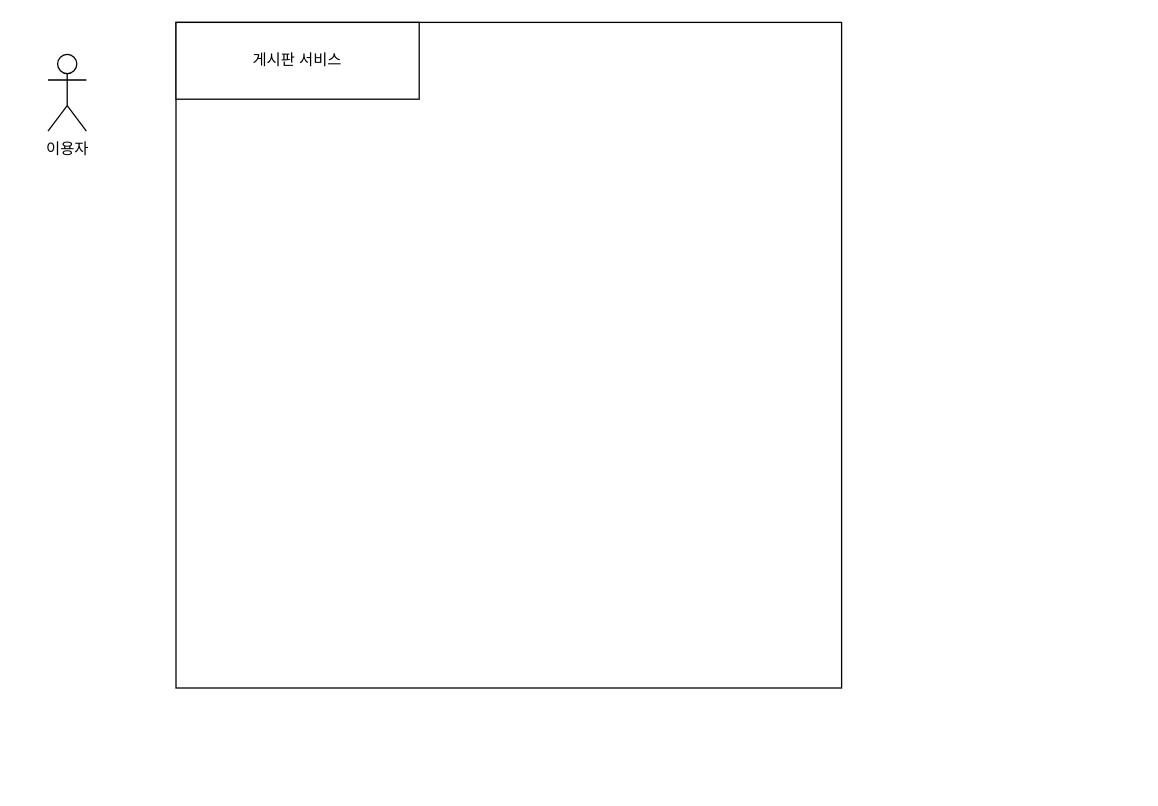
Earlier version of the draw.io diagram document/제목 없는 다이어그램.drawio (momo0503/board-toyproject). Source tidied: cells renumbered, new cells numbered last; positions are measured from the earlier drawing's top-left corner, leaving out a move shared by most shapes. Both pictures are drawn from the tidied source at 128%, with x=0, y=0 at pixel (47, 22).
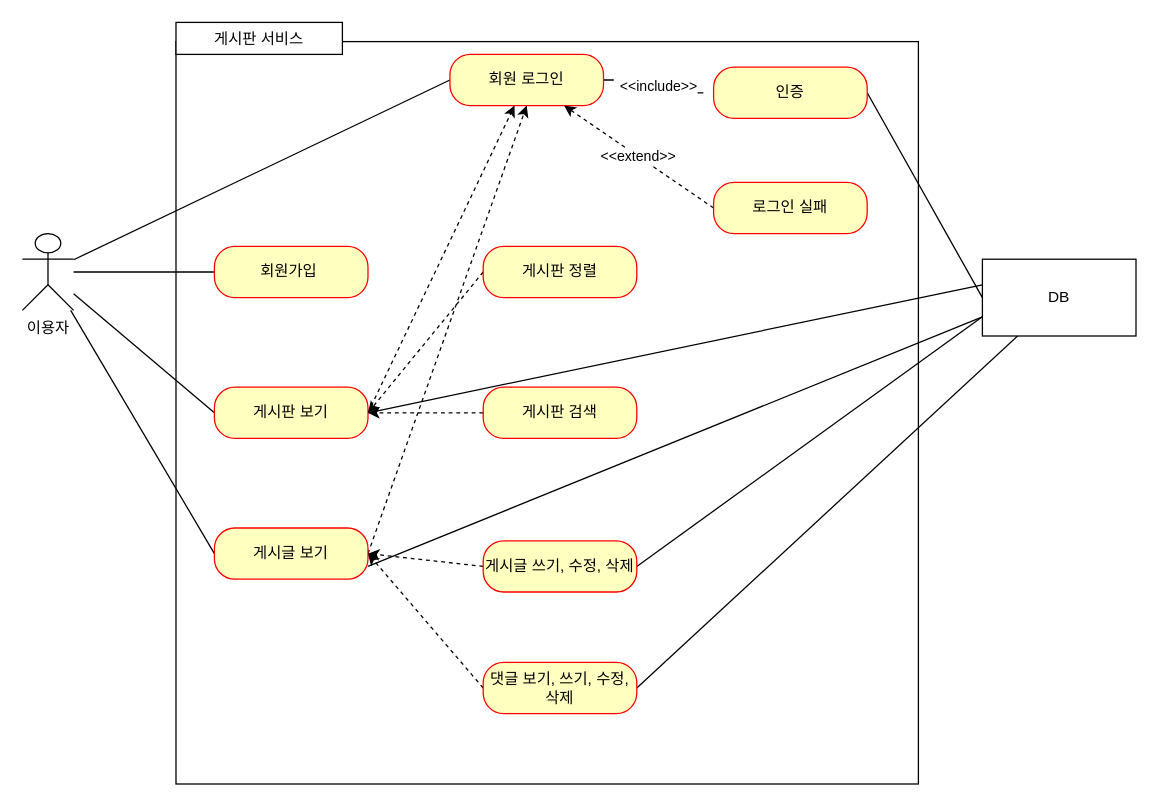
The same diagram, later.

Commit message:
제목 없는 다이어그램.drawio 업데이트

Diff of the diagram source:
```diff
@@
     <mxCell id="2" style="whiteSpace=wrap;html=1;" parent="1" vertex="1">
-      <mxGeometry x="100" width="520" height="520" as="geometry" />
+      <mxGeometry x="100" y="15" width="580" height="580" as="geometry" />
     </mxCell>
     <mxCell id="3" value="이용자&lt;br&gt;" style="shape=umlActor;verticalLabelPosition=bottom;verticalAlign=top;html=1;outlineConnect=0;" parent="1" vertex="1">
-      <mxGeometry y="25" width="30" height="60" as="geometry" />
+      <mxGeometry x="-20" y="165" width="40" height="60" as="geometry" />
     </mxCell>
     <mxCell id="4" value="게시판 서비스" style="rounded=0;whiteSpace=wrap;html=1;" parent="1" vertex="1">
-      <mxGeometry x="100" width="190" height="60" as="geometry" />
+      <mxGeometry x="100" width="130" height="25" as="geometry" />
     </mxCell>
+    <mxCell id="5" style="rounded=0;jettySize=auto;html=1;exitX=0;exitY=0.5;exitDx=0;exitDy=0;startArrow=none;startFill=0;endArrow=none;endFill=0;" parent="1" edge="1" source="7" target="3">
+      <mxGeometry relative="1" as="geometry" />
+    </mxCell>
+    <mxCell id="6" value="&amp;lt;&amp;lt;include&amp;gt;&amp;gt;" style="edgeStyle=orthogonalEdgeStyle;rounded=0;jettySize=auto;html=1;exitX=1;exitY=0.5;exitDx=0;exitDy=0;entryX=0;entryY=0.5;entryDx=0;entryDy=0;dashed=1;dashPattern=8 8;endArrow=none;endFill=0;" parent="1" edge="1" source="7" target="11">
+      <mxGeometry relative="1" as="geometry" />
+    </mxCell>
+    <mxCell id="7" value="회원 로그인" style="rounded=1;whiteSpace=wrap;html=1;arcSize=40;fontColor=#000000;fillColor=#ffffc0;strokeColor=#ff0000;" parent="1" vertex="1">
+      <mxGeometry x="314" y="25" width="120" height="40" as="geometry" />
+    </mxCell>
+    <mxCell id="8" style="rounded=0;jettySize=auto;html=1;exitX=0;exitY=0.5;exitDx=0;exitDy=0;endArrow=none;endFill=0;" parent="1" edge="1" source="9" target="3">
+      <mxGeometry relative="1" as="geometry" />
+    </mxCell>
+    <mxCell id="9" value="회원가입&amp;nbsp;" style="rounded=1;whiteSpace=wrap;html=1;arcSize=40;fontColor=#000000;fillColor=#ffffc0;strokeColor=#ff0000;" parent="1" vertex="1">
+      <mxGeometry x="130" y="175" width="120" height="40" as="geometry" />
+    </mxCell>
+    <mxCell id="10" style="rounded=0;jettySize=auto;html=1;exitX=1;exitY=0.5;exitDx=0;exitDy=0;entryX=0;entryY=0.5;entryDx=0;entryDy=0;endArrow=none;endFill=0;" parent="1" edge="1" source="11" target="32">
+      <mxGeometry relative="1" as="geometry" />
+    </mxCell>
+    <mxCell id="11" value="인증" style="rounded=1;whiteSpace=wrap;html=1;arcSize=40;fontColor=#000000;fillColor=#ffffc0;strokeColor=#ff0000;" parent="1" vertex="1">
+      <mxGeometry x="520" y="35" width="120" height="40" as="geometry" />
+    </mxCell>
+    <mxCell id="12" style="rounded=0;jettySize=auto;html=1;exitX=0;exitY=0.5;exitDx=0;exitDy=0;endArrow=none;endFill=0;" parent="1" edge="1" source="15" target="3">
+      <mxGeometry relative="1" as="geometry" />
+    </mxCell>
+    <mxCell id="13" style="rounded=0;jettySize=auto;html=1;exitX=1;exitY=0.5;exitDx=0;exitDy=0;dashed=1;" parent="1" edge="1" source="15" target="7">
+      <mxGeometry relative="1" as="geometry" />
+    </mxCell>
+    <mxCell id="14" style="rounded=0;jettySize=auto;html=1;exitX=1;exitY=0.5;exitDx=0;exitDy=0;endArrow=none;endFill=0;" parent="1" edge="1" source="15">
+      <mxGeometry relative="1" as="geometry">
+        <mxPoint x="730" y="205" as="targetPoint" />
+      </mxGeometry>
+    </mxCell>
+    <mxCell id="15" value="게시판 보기" style="rounded=1;whiteSpace=wrap;html=1;arcSize=40;fontColor=#000000;fillColor=#ffffc0;strokeColor=#ff0000;" parent="1" vertex="1">
+      <mxGeometry x="130" y="285" width="120" height="40" as="geometry" />
+    </mxCell>
+    <mxCell id="16" style="rounded=0;jettySize=auto;html=1;exitX=0;exitY=0.5;exitDx=0;exitDy=0;endArrow=none;endFill=0;" parent="1" edge="1" source="19" target="3">
+      <mxGeometry relative="1" as="geometry" />
+    </mxCell>
+    <mxCell id="17" style="rounded=0;jettySize=auto;html=1;exitX=1;exitY=0.5;exitDx=0;exitDy=0;entryX=0.5;entryY=1;entryDx=0;entryDy=0;dashed=1;" parent="1" edge="1" source="19" target="7">
+      <mxGeometry relative="1" as="geometry" />
+    </mxCell>
+    <mxCell id="18" style="rounded=0;jettySize=auto;html=1;exitX=1;exitY=0.75;exitDx=0;exitDy=0;entryX=0;entryY=0.75;entryDx=0;entryDy=0;endArrow=none;endFill=0;" parent="1" edge="1" source="19" target="32">
+      <mxGeometry relative="1" as="geometry" />
+    </mxCell>
+    <mxCell id="19" value="게시글 보기" style="rounded=1;whiteSpace=wrap;html=1;arcSize=40;fontColor=#000000;fillColor=#ffffc0;strokeColor=#ff0000;" parent="1" vertex="1">
+      <mxGeometry x="130" y="395" width="120" height="40" as="geometry" />
+    </mxCell>
+    <mxCell id="20" value="&amp;lt;&amp;lt;extend&amp;gt;&amp;gt;" style="rounded=0;jettySize=auto;html=1;exitX=0;exitY=0.5;exitDx=0;exitDy=0;dashed=1;" parent="1" edge="1" source="21" target="7">
+      <mxGeometry relative="1" as="geometry" />
+    </mxCell>
+    <mxCell id="21" value="로그인 실패" style="rounded=1;whiteSpace=wrap;html=1;arcSize=40;fontColor=#000000;fillColor=#ffffc0;strokeColor=#ff0000;" parent="1" vertex="1">
+      <mxGeometry x="520" y="125" width="120" height="40" as="geometry" />
+    </mxCell>
+    <mxCell id="22" style="rounded=0;jettySize=auto;html=1;exitX=0;exitY=0.5;exitDx=0;exitDy=0;entryX=1;entryY=0.5;entryDx=0;entryDy=0;dashed=1;" parent="1" edge="1" source="23" target="15">
+      <mxGeometry relative="1" as="geometry" />
+    </mxCell>
+    <mxCell id="23" value="게시판 정렬" style="rounded=1;whiteSpace=wrap;html=1;arcSize=40;fontColor=#000000;fillColor=#ffffc0;strokeColor=#ff0000;" parent="1" vertex="1">
+      <mxGeometry x="340" y="175" width="120" height="40" as="geometry" />
+    </mxCell>
+    <mxCell id="24" style="rounded=0;jettySize=auto;html=1;exitX=0;exitY=0.5;exitDx=0;exitDy=0;entryX=1;entryY=0.5;entryDx=0;entryDy=0;dashed=1;" parent="1" edge="1" source="25" target="15">
+      <mxGeometry relative="1" as="geometry" />
+    </mxCell>
+    <mxCell id="25" value="게시판 검색" style="rounded=1;whiteSpace=wrap;html=1;arcSize=40;fontColor=#000000;fillColor=#ffffc0;strokeColor=#ff0000;" parent="1" vertex="1">
+      <mxGeometry x="340" y="285" width="120" height="40" as="geometry" />
+    </mxCell>
+    <mxCell id="26" style="rounded=0;jettySize=auto;html=1;exitX=0;exitY=0.5;exitDx=0;exitDy=0;entryX=1;entryY=0.5;entryDx=0;entryDy=0;dashed=1;" parent="1" edge="1" source="28" target="19">
+      <mxGeometry relative="1" as="geometry" />
+    </mxCell>
+    <mxCell id="27" style="rounded=0;jettySize=auto;html=1;exitX=1;exitY=0.5;exitDx=0;exitDy=0;entryX=0;entryY=0.75;entryDx=0;entryDy=0;endArrow=none;endFill=0;" parent="1" edge="1" source="28" target="32">
+      <mxGeometry relative="1" as="geometry" />
+    </mxCell>
+    <mxCell id="28" value="게시글 쓰기, 수정, 삭제" style="rounded=1;whiteSpace=wrap;html=1;arcSize=40;fontColor=#000000;fillColor=#ffffc0;strokeColor=#ff0000;" parent="1" vertex="1">
+      <mxGeometry x="340" y="405" width="120" height="40" as="geometry" />
+    </mxCell>
+    <mxCell id="29" style="rounded=0;jettySize=auto;html=1;exitX=0;exitY=0.5;exitDx=0;exitDy=0;dashed=1;" parent="1" edge="1" source="31">
+      <mxGeometry relative="1" as="geometry">
+        <mxPoint x="250" y="415" as="targetPoint" />
+      </mxGeometry>
+    </mxCell>
+    <mxCell id="30" style="rounded=0;jettySize=auto;html=1;exitX=1;exitY=0.5;exitDx=0;exitDy=0;endArrow=none;endFill=0;" parent="1" edge="1" source="31" target="32">
+      <mxGeometry relative="1" as="geometry" />
+    </mxCell>
+    <mxCell id="31" value="댓글 보기, 쓰기, 수정, 삭제" style="rounded=1;whiteSpace=wrap;html=1;arcSize=40;fontColor=#000000;fillColor=#ffffc0;strokeColor=#ff0000;" parent="1" vertex="1">
+      <mxGeometry x="340" y="500" width="120" height="40" as="geometry" />
+    </mxCell>
+    <mxCell id="32" value="DB" style="rounded=0;whiteSpace=wrap;html=1;" parent="1" vertex="1">
+      <mxGeometry x="730" y="185" width="120" height="60" as="geometry" />
+    </mxCell>
```
